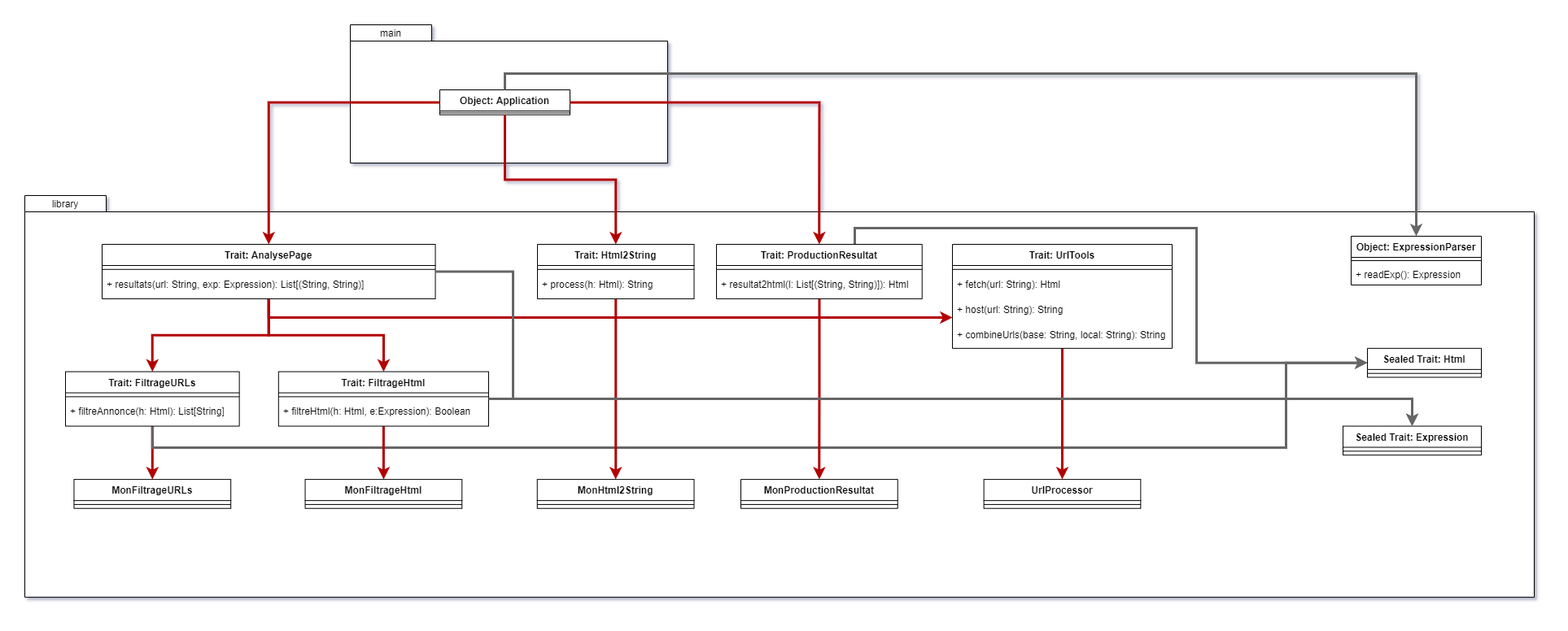
Before: UML.png, a diagram exported from draw.io (CodyAdam/project__classifieds-search). Source tidied: cells renumbered, new cells last; positions are measured from the earlier drawing's top-left corner, leaving out a move shared by most shapes.
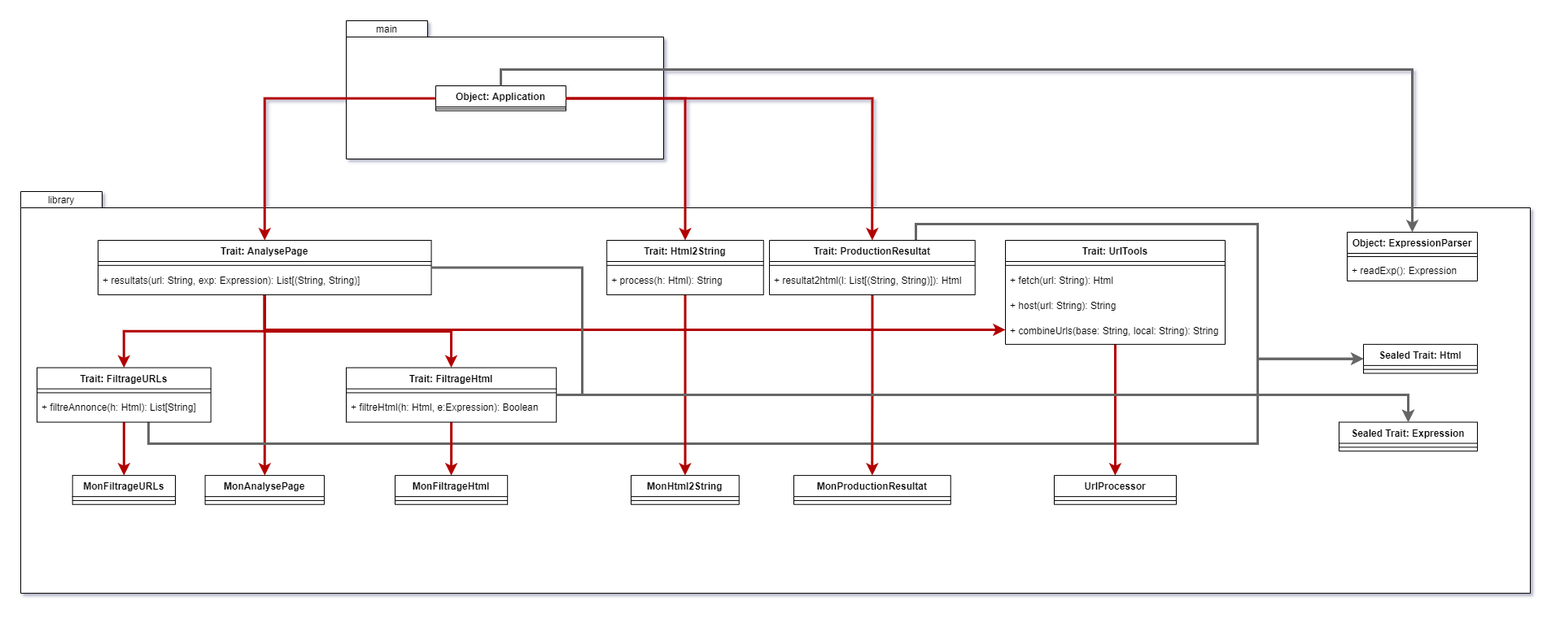
After the change.

What changed in the source:
```diff
@@ -15,15 +15,27 @@
       <mxGeometry relative="1" as="geometry" />
     </mxCell>
     <mxCell id="6" style="edgeStyle=orthogonalEdgeStyle;rounded=0;jettySize=auto;html=1;strokeWidth=3;fillColor=#e51400;strokeColor=#B20000;" parent="2" edge="1" source="8" target="17">
-      <mxGeometry relative="1" as="geometry" />
+      <mxGeometry relative="1" as="geometry">
+        <Array as="points">
+          <mxPoint x="300" y="172" />
+          <mxPoint x="529" y="172" />
+        </Array>
+      </mxGeometry>
     </mxCell>
     <mxCell id="7" style="edgeStyle=orthogonalEdgeStyle;rounded=0;jettySize=auto;html=1;strokeWidth=3;fillColor=#e51400;strokeColor=#B20000;" parent="2" edge="1" source="8" target="45">
       <mxGeometry relative="1" as="geometry">
         <Array as="points">
-          <mxPoint x="300" y="150" />
+          <mxPoint x="300" y="170" />
         </Array>
       </mxGeometry>
     </mxCell>
+    <mxCell id="63" style="edgeStyle=orthogonalEdgeStyle;rounded=0;jettySize=auto;html=1;entryX=0.5;entryY=0;entryDx=0;entryDy=0;strokeWidth=3;fillColor=#e51400;strokeColor=#B20000;" parent="2" edge="1" source="8" target="64">
+      <mxGeometry relative="1" as="geometry">
+        <Array as="points">
+          <mxPoint x="300" y="349" />
+        </Array>
+      </mxGeometry>
+    </mxCell>
     <mxCell id="8" value="Trait: AnalysePage" style="swimlane;fontStyle=1;align=center;verticalAlign=top;horizontal=1;startSize=26;" parent="2" vertex="1">
       <mxGeometry x="95" y="60" width="409.5" height="67" as="geometry" />
     </mxCell>
@@ -40,13 +52,13 @@
       <mxGeometry relative="1" as="geometry">
         <Array as="points">
           <mxPoint x="157" y="310" />
-          <mxPoint x="1550" y="310" />
-          <mxPoint x="1550" y="206" />
+          <mxPoint x="1520" y="310" />
+          <mxPoint x="1520" y="206" />
         </Array>
       </mxGeometry>
     </mxCell>
     <mxCell id="13" value="Trait: FiltrageURLs" style="swimlane;fontStyle=1;align=center;verticalAlign=top;horizontal=1;startSize=26;" parent="2" vertex="1">
-      <mxGeometry x="50" y="216.6" width="213.6" height="67" as="geometry" />
+      <mxGeometry x="20" y="216.6" width="213.6" height="67" as="geometry" />
     </mxCell>
     <mxCell id="14" style="line;strokeWidth=1;fillColor=none;align=left;verticalAlign=middle;spacingTop=-1;spacingLeft=3;spacingRight=3;labelPosition=right;" parent="13" vertex="1">
       <mxGeometry y="26" width="213.6" height="9.6" as="geometry" />
@@ -58,7 +70,7 @@
       <mxGeometry relative="1" as="geometry" />
     </mxCell>
     <mxCell id="17" value="Trait: FiltrageHtml" style="swimlane;fontStyle=1;align=center;verticalAlign=top;horizontal=1;startSize=26;" parent="2" vertex="1">
-      <mxGeometry x="311.8" y="216.6" width="258.2" height="67" as="geometry" />
+      <mxGeometry x="400" y="216.6" width="258.2" height="67" as="geometry" />
     </mxCell>
     <mxCell id="18" style="line;strokeWidth=1;fillColor=none;align=left;verticalAlign=middle;spacingTop=-1;spacingLeft=3;spacingRight=3;labelPosition=right;" parent="17" vertex="1">
       <mxGeometry y="26" width="258.2" height="9.6" as="geometry" />
@@ -70,7 +82,7 @@
       <mxGeometry relative="1" as="geometry" />
     </mxCell>
     <mxCell id="21" value="Trait: Html2String" style="swimlane;fontStyle=1;align=center;verticalAlign=top;horizontal=1;startSize=26;" parent="2" vertex="1">
-      <mxGeometry x="630" y="60" width="192.5" height="67" as="geometry" />
+      <mxGeometry x="720.2" y="60" width="192.5" height="67" as="geometry" />
     </mxCell>
     <mxCell id="22" style="line;strokeWidth=1;fillColor=none;align=left;verticalAlign=middle;spacingTop=-1;spacingLeft=3;spacingRight=3;labelPosition=right;" parent="21" vertex="1">
       <mxGeometry y="26" width="192.5" height="9.6" as="geometry" />
@@ -84,14 +96,14 @@
     <mxCell id="25" style="edgeStyle=orthogonalEdgeStyle;rounded=0;jettySize=auto;html=1;entryX=0;entryY=0.5;entryDx=0;entryDy=0;strokeWidth=3;fillColor=#f5f5f5;strokeColor=#666666;" parent="2" edge="1" source="26" target="42">
       <mxGeometry relative="1" as="geometry">
         <Array as="points">
-          <mxPoint x="1020" y="40" />
-          <mxPoint x="1440" y="40" />
-          <mxPoint x="1440" y="206" />
+          <mxPoint x="1100" y="40" />
+          <mxPoint x="1520" y="40" />
+          <mxPoint x="1520" y="206" />
         </Array>
       </mxGeometry>
     </mxCell>
     <mxCell id="26" value="Trait: ProductionResultat" style="swimlane;fontStyle=1;align=center;verticalAlign=top;horizontal=1;startSize=26;" parent="2" vertex="1">
-      <mxGeometry x="850" y="60" width="252.7" height="67" as="geometry" />
+      <mxGeometry x="920" y="60" width="252.7" height="67" as="geometry" />
     </mxCell>
     <mxCell id="27" style="line;strokeWidth=1;fillColor=none;align=left;verticalAlign=middle;spacingTop=-1;spacingLeft=3;spacingRight=3;labelPosition=right;" parent="26" vertex="1">
       <mxGeometry y="26" width="252.7" height="9.6" as="geometry" />
@@ -100,25 +112,25 @@
       <mxGeometry y="35.6" width="252.7" height="31.3" as="geometry" />
     </mxCell>
     <mxCell id="29" value="MonFiltrageURLs" style="swimlane;fontStyle=1;align=center;verticalAlign=top;horizontal=1;startSize=26;" parent="2" vertex="1">
-      <mxGeometry x="60.5" y="349.1" width="192.7" height="35.6" as="geometry" />
+      <mxGeometry x="63.6" y="349.1" width="126.3" height="35.6" as="geometry" />
     </mxCell>
     <mxCell id="30" style="line;strokeWidth=1;fillColor=none;align=left;verticalAlign=middle;spacingTop=-1;spacingLeft=3;spacingRight=3;labelPosition=right;" parent="29" vertex="1">
-      <mxGeometry y="26" width="192.7" height="9.6" as="geometry" />
+      <mxGeometry y="26" width="126.3" height="9.6" as="geometry" />
     </mxCell>
     <mxCell id="31" value="MonFiltrageHtml" style="swimlane;fontStyle=1;align=center;verticalAlign=top;horizontal=1;startSize=26;" parent="2" vertex="1">
-      <mxGeometry x="344.5" y="349.1" width="192.7" height="35.6" as="geometry" />
+      <mxGeometry x="460" y="349.1" width="138.2" height="35.6" as="geometry" />
     </mxCell>
     <mxCell id="32" style="line;strokeWidth=1;fillColor=none;align=left;verticalAlign=middle;spacingTop=-1;spacingLeft=3;spacingRight=3;labelPosition=right;" parent="31" vertex="1">
-      <mxGeometry y="26" width="192.7" height="9.6" as="geometry" />
+      <mxGeometry y="26" width="138.2" height="9.6" as="geometry" />
     </mxCell>
     <mxCell id="33" value="MonHtml2String" style="swimlane;fontStyle=1;align=center;verticalAlign=top;horizontal=1;startSize=26;" parent="2" vertex="1">
-      <mxGeometry x="629.8" y="349.1" width="192.7" height="35.6" as="geometry" />
+      <mxGeometry x="750" y="349.1" width="132.7" height="35.6" as="geometry" />
     </mxCell>
     <mxCell id="34" style="line;strokeWidth=1;fillColor=none;align=left;verticalAlign=middle;spacingTop=-1;spacingLeft=3;spacingRight=3;labelPosition=right;" parent="33" vertex="1">
-      <mxGeometry y="26" width="192.7" height="9.6" as="geometry" />
+      <mxGeometry y="26" width="132.7" height="9.6" as="geometry" />
     </mxCell>
     <mxCell id="35" value="MonProductionResultat" style="swimlane;fontStyle=1;align=center;verticalAlign=top;horizontal=1;startSize=26;" parent="2" vertex="1">
-      <mxGeometry x="880" y="349.1" width="192.7" height="35.6" as="geometry" />
+      <mxGeometry x="950" y="349.1" width="192.7" height="35.6" as="geometry" />
     </mxCell>
     <mxCell id="36" style="line;strokeWidth=1;fillColor=none;align=left;verticalAlign=middle;spacingTop=-1;spacingLeft=3;spacingRight=3;labelPosition=right;" parent="35" vertex="1">
       <mxGeometry y="26" width="192.7" height="9.6" as="geometry" />
@@ -148,7 +160,7 @@
       <mxGeometry relative="1" as="geometry" />
     </mxCell>
     <mxCell id="45" value="Trait: UrlTools" style="swimlane;fontStyle=1;align=center;verticalAlign=top;horizontal=1;startSize=26;" parent="2" vertex="1">
-      <mxGeometry x="1140" y="60" width="270" height="127.9" as="geometry" />
+      <mxGeometry x="1210" y="60" width="270" height="127.9" as="geometry" />
     </mxCell>
     <mxCell id="46" style="line;strokeWidth=1;fillColor=none;align=left;verticalAlign=middle;spacingTop=-1;spacingLeft=3;spacingRight=3;labelPosition=right;" parent="45" vertex="1">
       <mxGeometry y="26" width="270" height="9.6" as="geometry" />
@@ -163,16 +175,16 @@
       <mxGeometry y="98.3" width="270" height="29.6" as="geometry" />
     </mxCell>
     <mxCell id="50" value="UrlProcessor" style="swimlane;fontStyle=1;align=center;verticalAlign=top;horizontal=1;startSize=26;" parent="2" vertex="1">
-      <mxGeometry x="1178.6" y="349.1" width="192.7" height="35.6" as="geometry" />
+      <mxGeometry x="1270" y="349.1" width="150" height="35.6" as="geometry" />
     </mxCell>
     <mxCell id="51" style="line;strokeWidth=1;fillColor=none;align=left;verticalAlign=middle;spacingTop=-1;spacingLeft=3;spacingRight=3;labelPosition=right;" parent="50" vertex="1">
-      <mxGeometry y="26" width="192.7" height="9.6" as="geometry" />
+      <mxGeometry y="26" width="150" height="9.6" as="geometry" />
     </mxCell>
     <mxCell id="52" style="edgeStyle=orthogonalEdgeStyle;rounded=0;jettySize=auto;html=1;strokeWidth=3;entryX=0.5;entryY=0;entryDx=0;entryDy=0;fillColor=#f5f5f5;strokeColor=#666666;" parent="2" edge="1" source="8" target="37">
       <mxGeometry relative="1" as="geometry">
         <Array as="points">
-          <mxPoint x="600" y="94" />
-          <mxPoint x="600" y="250" />
+          <mxPoint x="690" y="94" />
+          <mxPoint x="690" y="250" />
           <mxPoint x="1705" y="250" />
         </Array>
       </mxGeometry>
@@ -180,6 +192,12 @@
     <mxCell id="53" style="edgeStyle=orthogonalEdgeStyle;rounded=0;jettySize=auto;html=1;strokeWidth=3;entryX=0.5;entryY=0;entryDx=0;entryDy=0;fillColor=#f5f5f5;strokeColor=#666666;" parent="2" edge="1" source="17" target="37">
       <mxGeometry relative="1" as="geometry" />
     </mxCell>
+    <mxCell id="64" value="MonAnalysePage" style="swimlane;fontStyle=1;align=center;verticalAlign=top;horizontal=1;startSize=26;" parent="2" vertex="1">
+      <mxGeometry x="226.6" y="349.1" width="146.4" height="35.6" as="geometry" />
+    </mxCell>
+    <mxCell id="65" style="line;strokeWidth=1;fillColor=none;align=left;verticalAlign=middle;spacingTop=-1;spacingLeft=3;spacingRight=3;labelPosition=right;" parent="64" vertex="1">
+      <mxGeometry y="26" width="146.4" height="9.6" as="geometry" />
+    </mxCell>
     <mxCell id="54" style="group;" parent="1" vertex="1">
       <mxGeometry x="400" width="390" height="170" as="geometry" />
     </mxCell>
```
